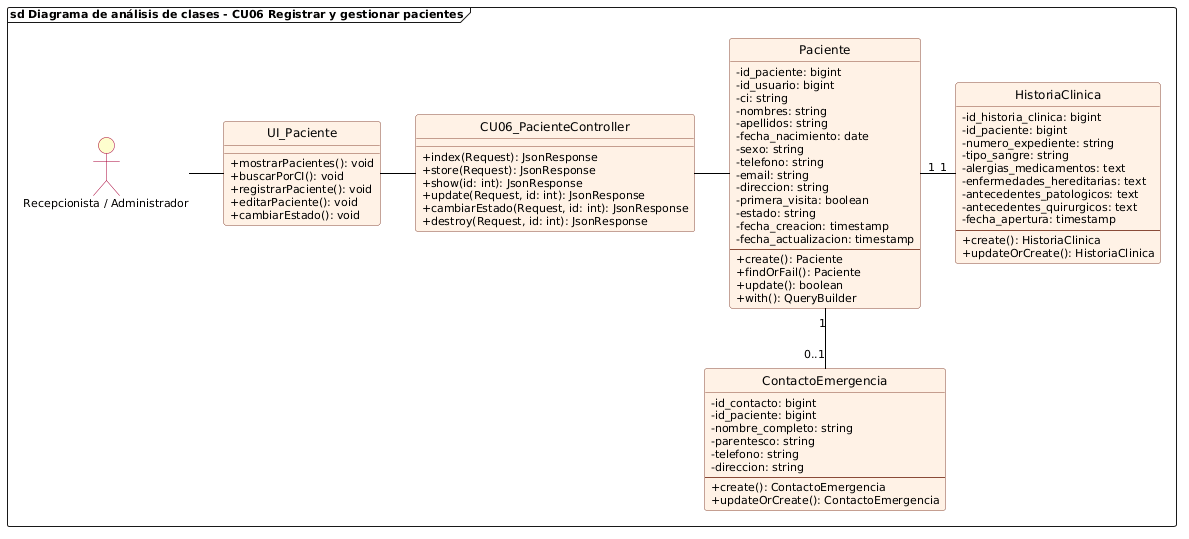
The PlantUML diagram diagramas/cu06_analisis_registrar_paciente.png in DiogoMars777/CITAS_MEDICAS, before a commit.
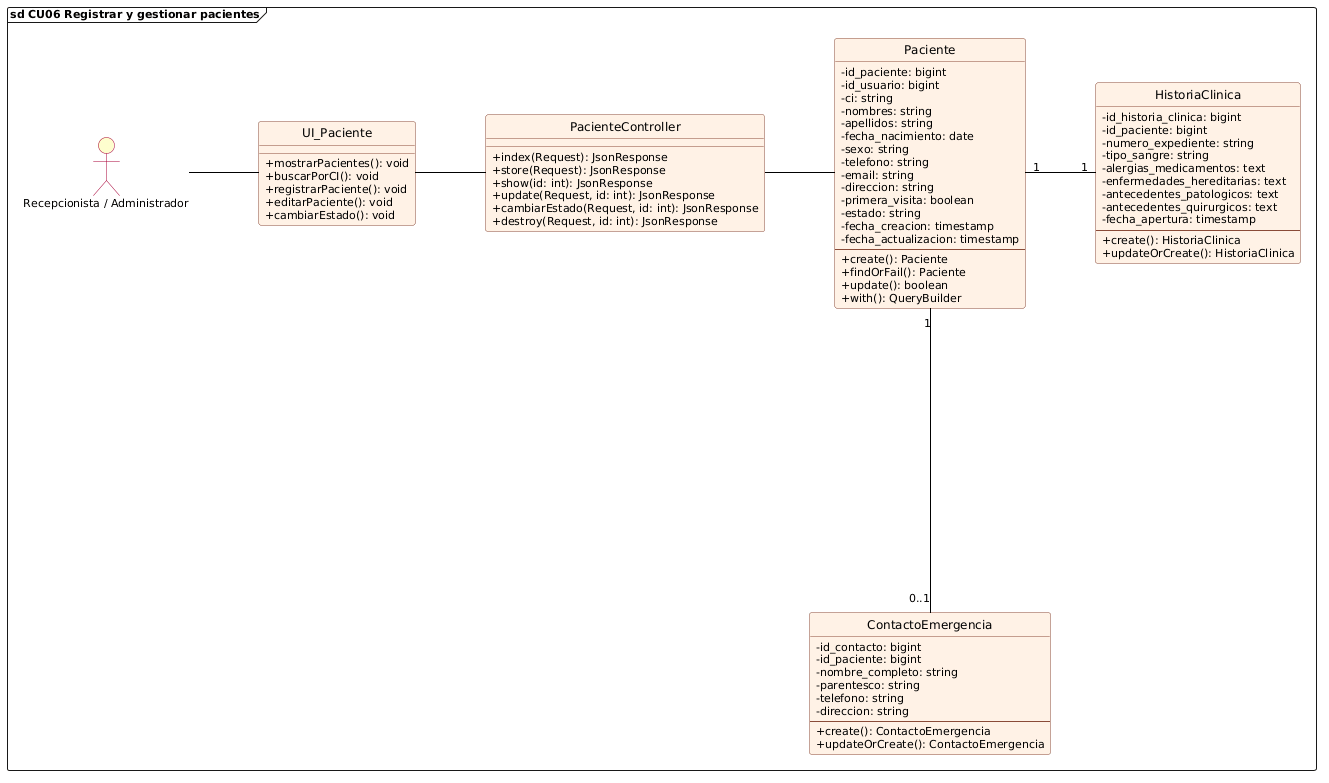
The same file after the commit.

Diff of the diagram source:
```diff
@@ -1,6 +1,9 @@
 @startuml cu06_analisis_registrar_paciente
 allowmixing
 
+skinparam linetype ortho
+skinparam nodesep 70
+skinparam ranksep 60
 skinparam backgroundColor white
 skinparam defaultFontName "Segoe UI"
 skinparam defaultFontSize 11
@@ -21,7 +24,7 @@
     BorderColor #A80036
 }
 
-frame "sd Diagrama de análisis de clases - CU06 Registrar y gestionar pacientes" {
+frame "sd CU06 Registrar y gestionar pacientes" {
     actor "Recepcionista / Administrador" as Recep
 
     class UI_Paciente {
@@ -32,7 +35,7 @@
         + cambiarEstado(): void
     }
 
-    class CU06_PacienteController {
+    class PacienteController {
         + index(Request): JsonResponse
         + store(Request): JsonResponse
         + show(id: int): JsonResponse
@@ -91,10 +94,10 @@
     }
 
     Recep -right- UI_Paciente
-    UI_Paciente -right- CU06_PacienteController
-    CU06_PacienteController -right- Paciente
+    UI_Paciente -right- PacienteController
+    PacienteController -right- Paciente
 
-    Paciente "1" -right- "1" HistoriaClinica
-    Paciente "1" -down- "0..1" ContactoEmergencia
+    Paciente "1" ---right--- "1" HistoriaClinica
+    Paciente "1" ---down--- "0..1" ContactoEmergencia
 }
 @enduml
```
